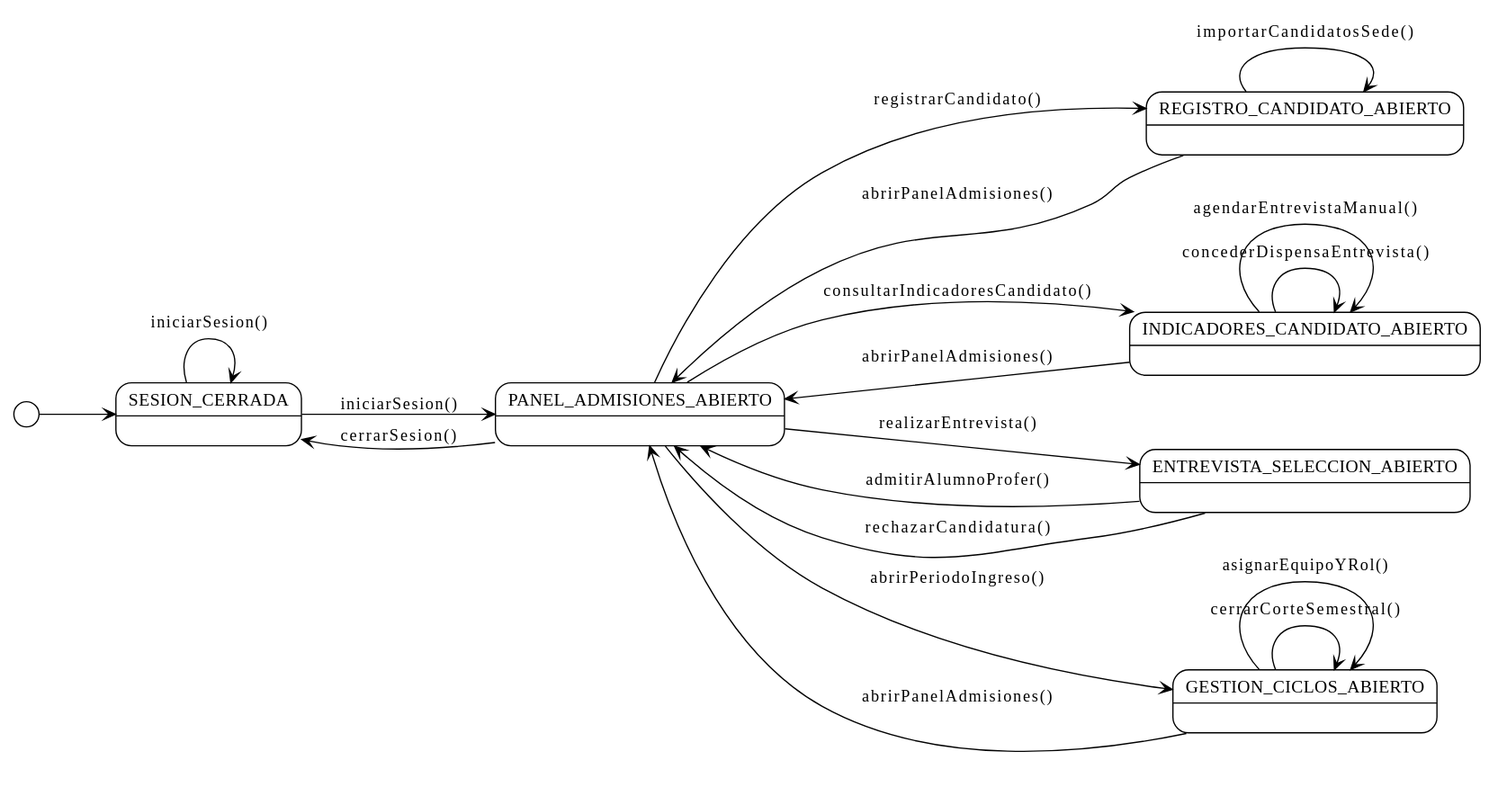
This is images/RUP/01-requisitos/01-actores-casos-uso/diagramaContextoGestor.svg from TheMoys/CTS-Academy, a PlantUML export, as it was before one commit. Its diagram source:
```plantuml
@startuml
!theme plain
left to right direction
skinparam state {
  BackgroundColor White
  BorderColor Black
  ArrowColor Black
}

state SESION_CERRADA
state PANEL_ADMISIONES_ABIERTO
state REGISTRO_CANDIDATO_ABIERTO
state INDICADORES_CANDIDATO_ABIERTO
state ENTREVISTA_SELECCION_ABIERTO
state GESTION_CICLOS_ABIERTO

[*] --> SESION_CERRADA

SESION_CERRADA --> SESION_CERRADA : iniciarSesion()
SESION_CERRADA --> PANEL_ADMISIONES_ABIERTO : iniciarSesion()
PANEL_ADMISIONES_ABIERTO --> SESION_CERRADA : cerrarSesion()

PANEL_ADMISIONES_ABIERTO --> REGISTRO_CANDIDATO_ABIERTO : registrarCandidato()
REGISTRO_CANDIDATO_ABIERTO --> REGISTRO_CANDIDATO_ABIERTO : importarCandidatosSede()
REGISTRO_CANDIDATO_ABIERTO --> PANEL_ADMISIONES_ABIERTO : abrirPanelAdmisiones()

PANEL_ADMISIONES_ABIERTO --> INDICADORES_CANDIDATO_ABIERTO : consultarIndicadoresCandidato()
INDICADORES_CANDIDATO_ABIERTO --> INDICADORES_CANDIDATO_ABIERTO : concederDispensaEntrevista()
INDICADORES_CANDIDATO_ABIERTO --> INDICADORES_CANDIDATO_ABIERTO : agendarEntrevistaManual()
INDICADORES_CANDIDATO_ABIERTO --> PANEL_ADMISIONES_ABIERTO : abrirPanelAdmisiones()

PANEL_ADMISIONES_ABIERTO --> ENTREVISTA_SELECCION_ABIERTO : realizarEntrevista()
ENTREVISTA_SELECCION_ABIERTO --> PANEL_ADMISIONES_ABIERTO : admitirAlumnoProfer()
ENTREVISTA_SELECCION_ABIERTO --> PANEL_ADMISIONES_ABIERTO : rechazarCandidatura()

PANEL_ADMISIONES_ABIERTO --> GESTION_CICLOS_ABIERTO : abrirPeriodoIngreso()
GESTION_CICLOS_ABIERTO --> GESTION_CICLOS_ABIERTO : cerrarCorteSemestral()
GESTION_CICLOS_ABIERTO --> GESTION_CICLOS_ABIERTO : asignarEquipoYRol()
GESTION_CICLOS_ABIERTO --> PANEL_ADMISIONES_ABIERTO : abrirPanelAdmisiones()
@enduml
```
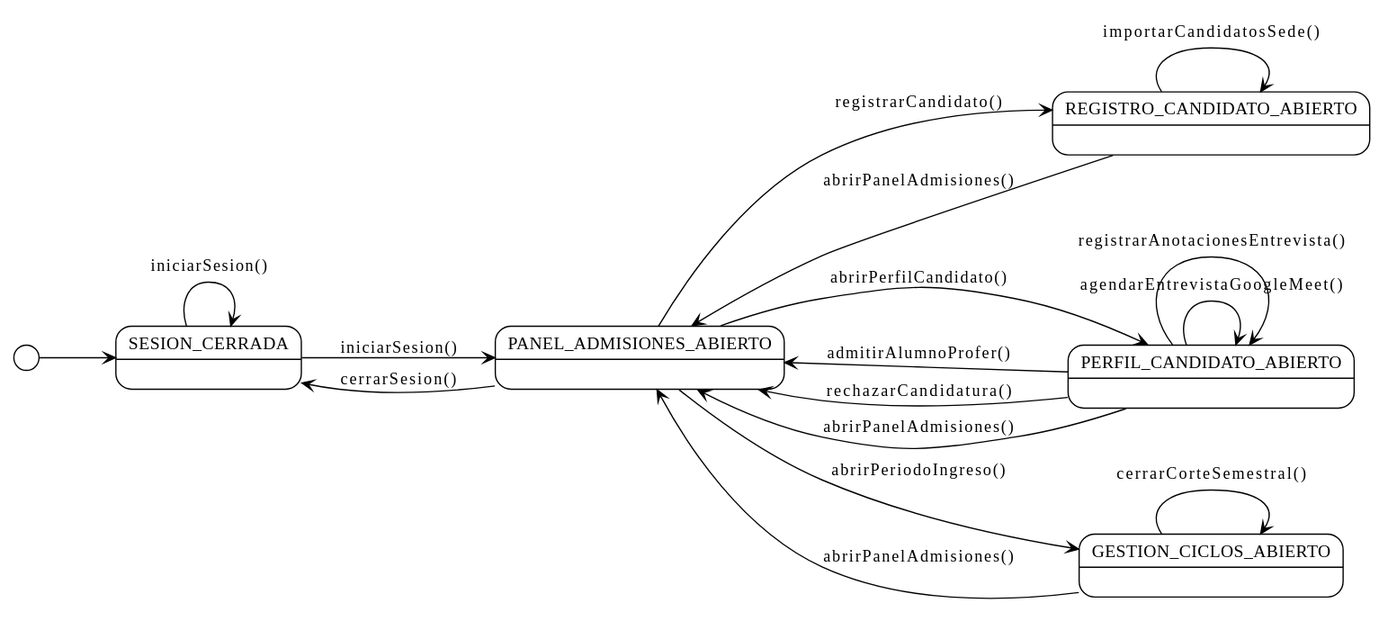
Later version of the same file.

The edit, as a diff of the source:
```diff
@@ -10,8 +10,7 @@
 state SESION_CERRADA
 state PANEL_ADMISIONES_ABIERTO
 state REGISTRO_CANDIDATO_ABIERTO
-state INDICADORES_CANDIDATO_ABIERTO
-state ENTREVISTA_SELECCION_ABIERTO
+state PERFIL_CANDIDATO_ABIERTO
 state GESTION_CICLOS_ABIERTO
 
 [*] --> SESION_CERRADA
@@ -24,17 +23,14 @@
 REGISTRO_CANDIDATO_ABIERTO --> REGISTRO_CANDIDATO_ABIERTO : importarCandidatosSede()
 REGISTRO_CANDIDATO_ABIERTO --> PANEL_ADMISIONES_ABIERTO : abrirPanelAdmisiones()
 
-PANEL_ADMISIONES_ABIERTO --> INDICADORES_CANDIDATO_ABIERTO : consultarIndicadoresCandidato()
-INDICADORES_CANDIDATO_ABIERTO --> INDICADORES_CANDIDATO_ABIERTO : concederDispensaEntrevista()
-INDICADORES_CANDIDATO_ABIERTO --> INDICADORES_CANDIDATO_ABIERTO : agendarEntrevistaManual()
-INDICADORES_CANDIDATO_ABIERTO --> PANEL_ADMISIONES_ABIERTO : abrirPanelAdmisiones()
-
-PANEL_ADMISIONES_ABIERTO --> ENTREVISTA_SELECCION_ABIERTO : realizarEntrevista()
-ENTREVISTA_SELECCION_ABIERTO --> PANEL_ADMISIONES_ABIERTO : admitirAlumnoProfer()
-ENTREVISTA_SELECCION_ABIERTO --> PANEL_ADMISIONES_ABIERTO : rechazarCandidatura()
+PANEL_ADMISIONES_ABIERTO --> PERFIL_CANDIDATO_ABIERTO : abrirPerfilCandidato()
+PERFIL_CANDIDATO_ABIERTO --> PERFIL_CANDIDATO_ABIERTO : agendarEntrevistaGoogleMeet()
+PERFIL_CANDIDATO_ABIERTO --> PERFIL_CANDIDATO_ABIERTO : registrarAnotacionesEntrevista()
+PERFIL_CANDIDATO_ABIERTO --> PANEL_ADMISIONES_ABIERTO : admitirAlumnoProfer()
+PERFIL_CANDIDATO_ABIERTO --> PANEL_ADMISIONES_ABIERTO : rechazarCandidatura()
+PERFIL_CANDIDATO_ABIERTO --> PANEL_ADMISIONES_ABIERTO : abrirPanelAdmisiones()
 
 PANEL_ADMISIONES_ABIERTO --> GESTION_CICLOS_ABIERTO : abrirPeriodoIngreso()
 GESTION_CICLOS_ABIERTO --> GESTION_CICLOS_ABIERTO : cerrarCorteSemestral()
-GESTION_CICLOS_ABIERTO --> GESTION_CICLOS_ABIERTO : asignarEquipoYRol()
 GESTION_CICLOS_ABIERTO --> PANEL_ADMISIONES_ABIERTO : abrirPanelAdmisiones()
 @enduml
```
